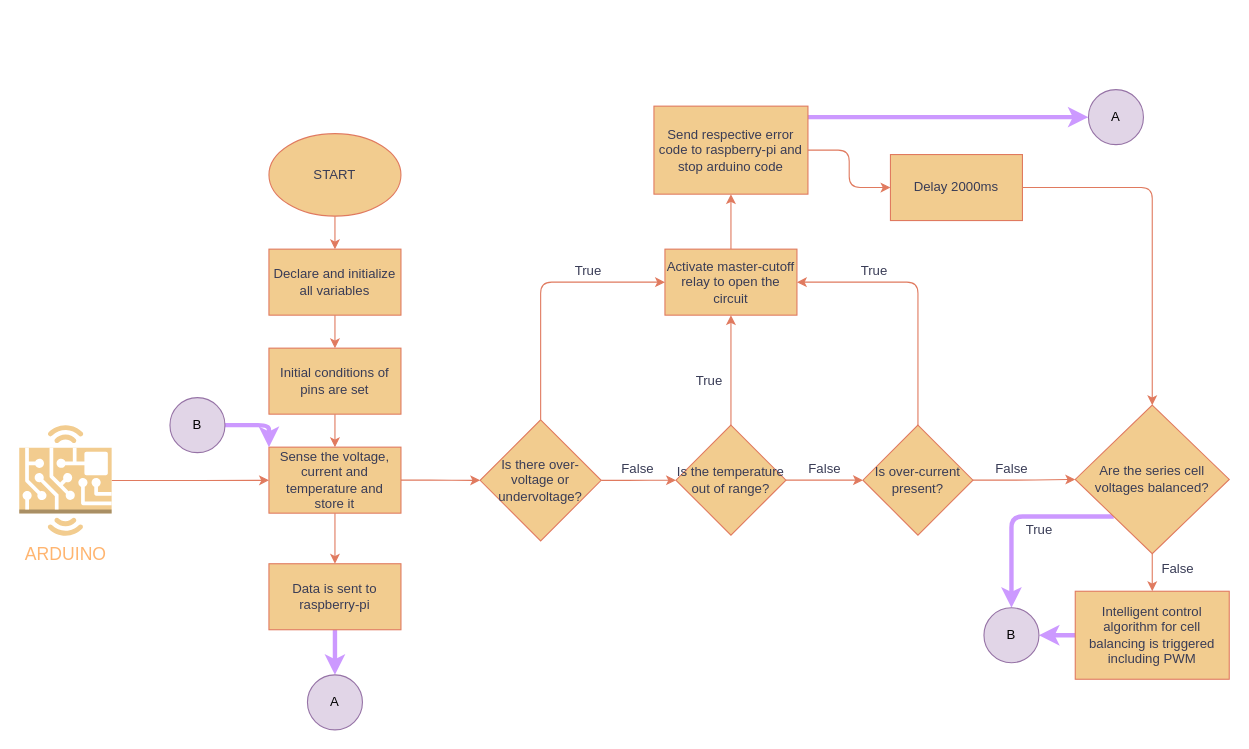
This is bms_softwareMethodology.drawio from 1P-A-R-T17/BMS, a draw.io file, before an edit. Source tidied: cells renumbered, new cells numbered last; positions are measured from the earlier drawing's top-left corner, leaving out a move shared by most shapes. Both pictures are drawn from the tidied source at 110%, with x=0, y=0 at pixel (19, 89).
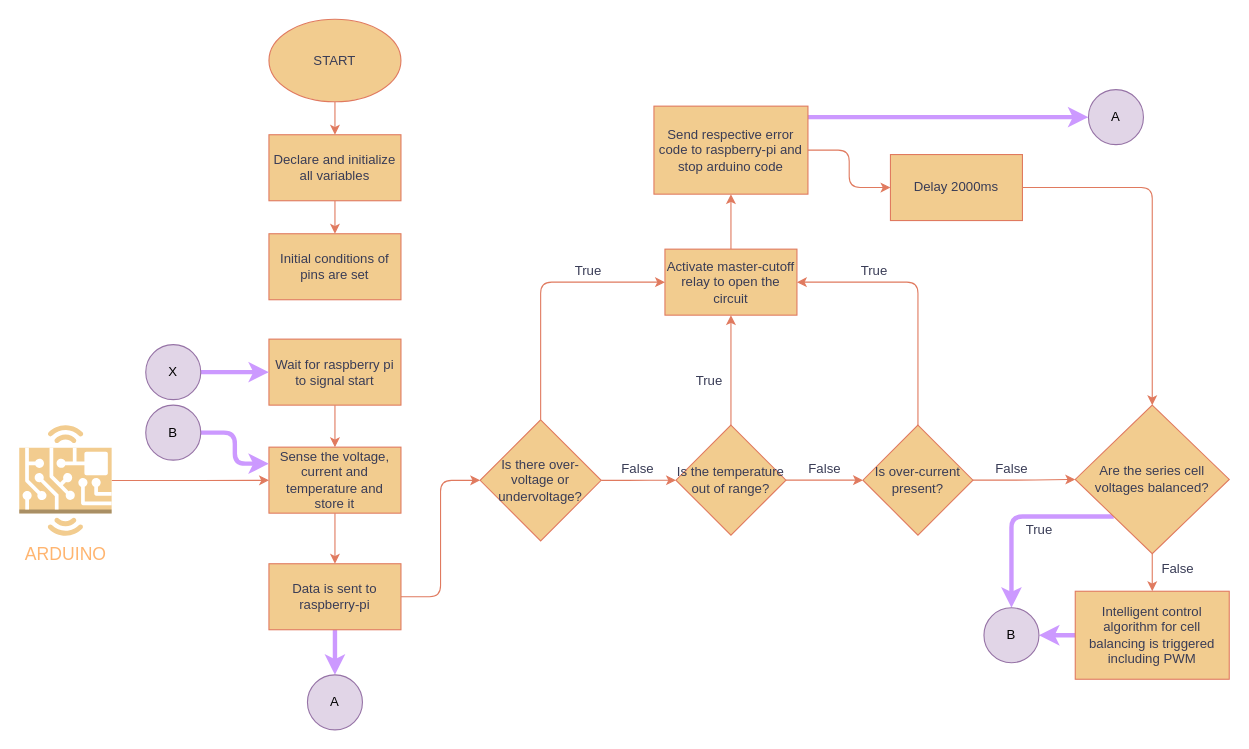
After the change.

Unchanged cells that the change refers to:
```xml
<mxCell id="10" value="Sense the voltage, current and temperature and store it" style="whiteSpace=wrap;html=1;fontColor=#393C56;strokeColor=#E07A5F;strokeWidth=1;fillColor=#F2CC8F;" parent="1" vertex="1">
  <mxGeometry x="227" y="325" width="120" height="60" as="geometry" />
</mxCell>
<mxCell id="33" value="Data is sent to raspberry-pi" style="whiteSpace=wrap;html=1;fontColor=#393C56;strokeColor=#E07A5F;strokeWidth=1;fillColor=#F2CC8F;" parent="1" vertex="1">
  <mxGeometry x="227" y="431" width="120" height="60" as="geometry" />
</mxCell>
<mxCell id="41" value="Is there over-voltage or undervoltage?" style="rhombus;whiteSpace=wrap;html=1;fontColor=#393C56;strokeColor=#E07A5F;strokeWidth=1;fillColor=#F2CC8F;" parent="1" vertex="1">
  <mxGeometry x="419" y="300.2" width="110" height="110" as="geometry" />
</mxCell>
```

Diff of the diagram source:
```diff
@@
     <mxCell id="3" value="START" style="ellipse;whiteSpace=wrap;html=1;fontColor=#393C56;strokeColor=#E07A5F;fillColor=#F2CC8F;strokeWidth=1;perimeterSpacing=0;" parent="1" vertex="1">
-      <mxGeometry x="227" y="40" width="120" height="75" as="geometry" />
+      <mxGeometry x="227" y="-64" width="120" height="75" as="geometry" />
     </mxCell>
@@
     <mxCell id="5" value="Declare and initialize all variables" style="whiteSpace=wrap;html=1;fontColor=#393C56;strokeColor=#E07A5F;fillColor=#F2CC8F;" parent="1" vertex="1">
-      <mxGeometry x="227" y="145" width="120" height="60" as="geometry" />
+      <mxGeometry x="227" y="41" width="120" height="60" as="geometry" />
     </mxCell>
-    <mxCell id="6" style="edgeStyle=orthogonalEdgeStyle;jettySize=auto;html=1;fontColor=#393C56;strokeColor=#E07A5F;fillColor=#F2CC8F;labelBackgroundColor=#F4F1DE;" parent="1" edge="1" source="7" target="10">
-      <mxGeometry relative="1" as="geometry" />
-    </mxCell>
     <mxCell id="7" value="Initial conditions of pins are set" style="whiteSpace=wrap;html=1;fontColor=#393C56;strokeColor=#E07A5F;strokeWidth=1;fillColor=#F2CC8F;" parent="1" vertex="1">
-      <mxGeometry x="227" y="235" width="120" height="60" as="geometry" />
+      <mxGeometry x="227" y="131" width="120" height="60" as="geometry" />
     </mxCell>
-    <mxCell id="8" style="edgeStyle=orthogonalEdgeStyle;jettySize=auto;html=1;fontColor=#393C56;strokeColor=#E07A5F;fillColor=#F2CC8F;labelBackgroundColor=#F4F1DE;entryX=0;entryY=0.5;entryDx=0;entryDy=0;" parent="1" edge="1" source="10" target="41">
+    <mxCell id="8" style="edgeStyle=orthogonalEdgeStyle;jettySize=auto;html=1;fontColor=#393C56;strokeColor=#E07A5F;fillColor=#F2CC8F;labelBackgroundColor=#F4F1DE;entryX=0;entryY=0.5;entryDx=0;entryDy=0;exitX=1;exitY=0.5;exitDx=0;exitDy=0;" parent="1" edge="1" source="33" target="41">
       <mxGeometry relative="1" as="geometry" />
     </mxCell>
@@
-    <mxCell id="44" style="edgeStyle=orthogonalEdgeStyle;jettySize=auto;html=1;entryX=0;entryY=0;entryDx=0;entryDy=0;labelBackgroundColor=#F4F1DE;fontColor=#393C56;strokeColor=#CC99FF;strokeWidth=4;fillColor=#F2CC8F;" parent="1" edge="1" source="45" target="10">
+    <mxCell id="44" style="edgeStyle=orthogonalEdgeStyle;jettySize=auto;html=1;entryX=0;entryY=0.25;entryDx=0;entryDy=0;labelBackgroundColor=#F4F1DE;fontColor=#393C56;strokeColor=#CC99FF;strokeWidth=4;fillColor=#F2CC8F;" parent="1" edge="1" source="45" target="10">
       <mxGeometry relative="1" as="geometry" />
     </mxCell>
     <mxCell id="45" value="B" style="ellipse;whiteSpace=wrap;html=1;fontColor=#000000;strokeColor=#9673a6;strokeWidth=1;fillColor=#e1d5e7;" parent="1" vertex="1">
-      <mxGeometry x="137" y="280" width="50" height="50" as="geometry" />
+      <mxGeometry x="115" y="286.8" width="50" height="50" as="geometry" />
     </mxCell>
@@
+    <mxCell id="49" style="edgeStyle=orthogonalEdgeStyle;jettySize=auto;html=1;labelBackgroundColor=#F4F1DE;fontColor=#393C56;strokeColor=#E07A5F;fillColor=#F2CC8F;" parent="1" edge="1" source="50" target="10">
+      <mxGeometry relative="1" as="geometry" />
+    </mxCell>
+    <mxCell id="50" value="Wait for raspberry pi to signal start" style="whiteSpace=wrap;html=1;fontColor=#393C56;strokeColor=#E07A5F;strokeWidth=1;fillColor=#F2CC8F;" parent="1" vertex="1">
+      <mxGeometry x="227" y="226.8" width="120" height="60" as="geometry" />
+    </mxCell>
+    <mxCell id="51" style="edgeStyle=orthogonalEdgeStyle;jettySize=auto;html=1;labelBackgroundColor=#F4F1DE;fontColor=#393C56;strokeColor=#CC99FF;fillColor=#F2CC8F;strokeWidth=4;" parent="1" edge="1" source="52" target="50">
+      <mxGeometry relative="1" as="geometry" />
+    </mxCell>
+    <mxCell id="52" value="X" style="ellipse;whiteSpace=wrap;html=1;strokeColor=#9673a6;strokeWidth=1;fillColor=#e1d5e7;" parent="1" vertex="1">
+      <mxGeometry x="115" y="231.8" width="50" height="50" as="geometry" />
+    </mxCell>
```
